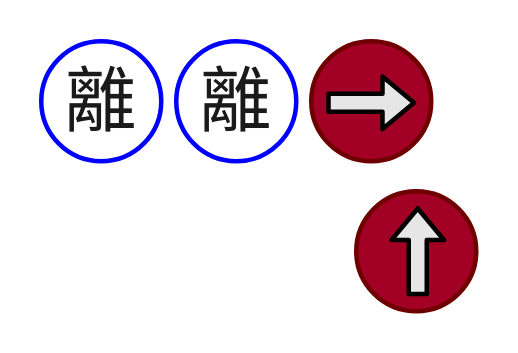
yamasdais/notebook keeps this draw.io diagram as StreetFighter6/images/mrr68.drawio. Above is the earlier version. Source tidied: cells renumbered, new cells numbered last; positions are measured from the earlier drawing's top-left corner, leaving out a move shared by most shapes. Both pictures are drawn from the tidied source at 150%, with x=0, y=0 at pixel (40, 40).
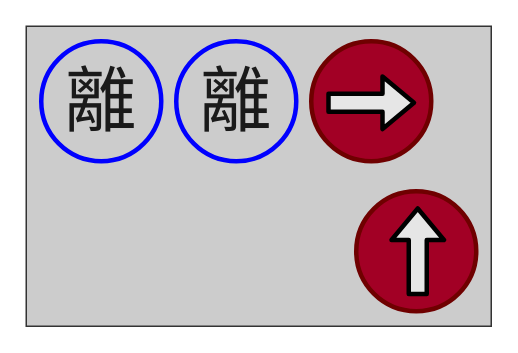
The same diagram, later.

Diff of the diagram source:
```diff
@@
 <mxGraphModel>
   <root>
     <mxCell id="0" />
     <mxCell id="1" parent="0" />
+    <mxCell id="14" style="rounded=0;whiteSpace=wrap;html=1;fillColor=#CCCCCC;strokeColor=#333333;" parent="1" vertex="1">
+      <mxGeometry x="-10" y="-10" width="310" height="200" as="geometry" />
+    </mxCell>
     <mxCell id="2" style="group;rotation=90;" parent="1" vertex="1">
       <mxGeometry x="210" y="100" width="80" height="80" as="geometry" />
     </mxCell>
     <mxCell id="3" style="ellipse;whiteSpace=wrap;html=1;strokeWidth=3;fillColor=#a20025;fontColor=#ffffff;strokeColor=#6F0000;rotation=90;" parent="2" vertex="1">
       <mxGeometry width="80" height="80" as="geometry" />
     </mxCell>
     <mxCell id="4" style="shape=flexArrow;endArrow=classic;html=1;strokeWidth=3;strokeColor=default;fillColor=#E6E6E6;" parent="2" edge="1">
       <mxGeometry relative="1" as="geometry">
         <mxPoint x="41" y="70" as="sourcePoint" />
         <mxPoint x="41" y="10" as="targetPoint" />
       </mxGeometry>
     </mxCell>
     <mxCell id="5" style="group;rotation=-180;" parent="1" vertex="1">
       <mxGeometry x="180" width="80" height="80" as="geometry" />
     </mxCell>
     <mxCell id="6" style="ellipse;whiteSpace=wrap;html=1;strokeWidth=3;fillColor=#a20025;fontColor=#ffffff;strokeColor=#6F0000;rotation=-180;" parent="5" vertex="1">
       <mxGeometry width="80" height="80" as="geometry" />
     </mxCell>
     <mxCell id="7" style="shape=flexArrow;endArrow=classic;html=1;strokeWidth=3;strokeColor=default;fillColor=#E6E6E6;" parent="5" edge="1">
       <mxGeometry relative="1" as="geometry">
         <mxPoint x="10" y="41" as="sourcePoint" />
         <mxPoint x="70" y="41" as="targetPoint" />
       </mxGeometry>
     </mxCell>
     <mxCell id="8" style="group;fillColor=none;" parent="1" vertex="1">
       <mxGeometry width="80" height="80" as="geometry" />
     </mxCell>
     <mxCell id="9" style="ellipse;whiteSpace=wrap;html=1;strokeWidth=3;fillColor=none;strokeColor=#0000FF;" parent="8" vertex="1">
       <mxGeometry width="80" height="80" as="geometry" />
     </mxCell>
     <mxCell id="10" value="&lt;font face=&quot;Verdana&quot; style=&quot;font-size: 48px;&quot;&gt;離&lt;br style=&quot;font-size: 48px;&quot;&gt;&lt;/font&gt;" style="text;strokeColor=none;align=center;fillColor=none;html=1;verticalAlign=middle;whiteSpace=wrap;rounded=0;fontSize=48;labelBorderColor=none;fontColor=#1A1A1A;labelBackgroundColor=none;" parent="8" vertex="1">
       <mxGeometry y="15" width="80" height="50" as="geometry" />
     </mxCell>
     <mxCell id="11" style="group;fillColor=none;" parent="1" vertex="1">
       <mxGeometry x="90" width="80" height="80" as="geometry" />
     </mxCell>
     <mxCell id="12" style="ellipse;whiteSpace=wrap;html=1;strokeWidth=3;fillColor=none;strokeColor=#0000FF;" parent="11" vertex="1">
       <mxGeometry width="80" height="80" as="geometry" />
     </mxCell>
     <mxCell id="13" value="&lt;font face=&quot;Verdana&quot; style=&quot;font-size: 48px;&quot;&gt;離&lt;br style=&quot;font-size: 48px;&quot;&gt;&lt;/font&gt;" style="text;strokeColor=none;align=center;fillColor=none;html=1;verticalAlign=middle;whiteSpace=wrap;rounded=0;fontSize=48;labelBorderColor=none;fontColor=#1A1A1A;labelBackgroundColor=none;" parent="11" vertex="1">
       <mxGeometry y="15" width="80" height="50" as="geometry" />
     </mxCell>
   </root>
 </mxGraphModel>
```
